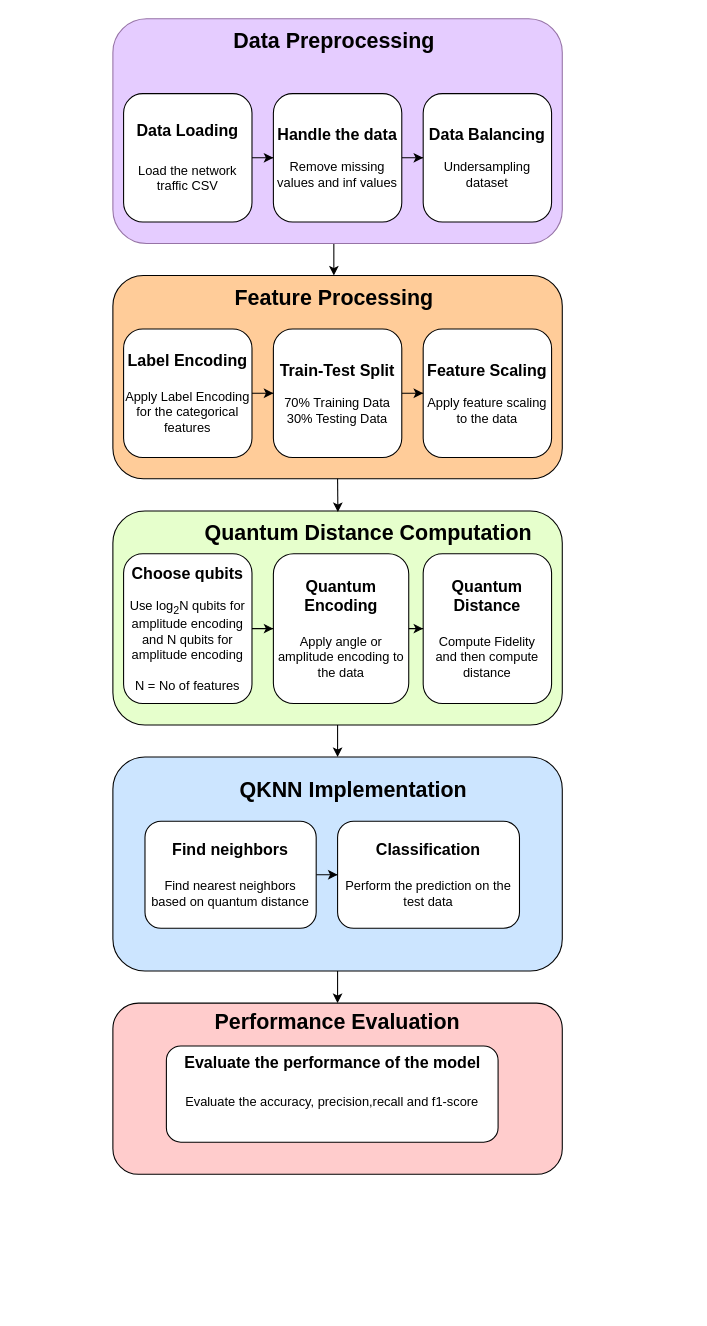
Above: QKNN.drawio in AkshayMMurthy/abc (draw.io), before the change. Source tidied: cells renumbered, new cells numbered last; positions are measured from the earlier drawing's top-left corner, leaving out a move shared by most shapes. Both pictures are drawn from the tidied source at 107%, with x=0, y=0 at pixel (18, 18).
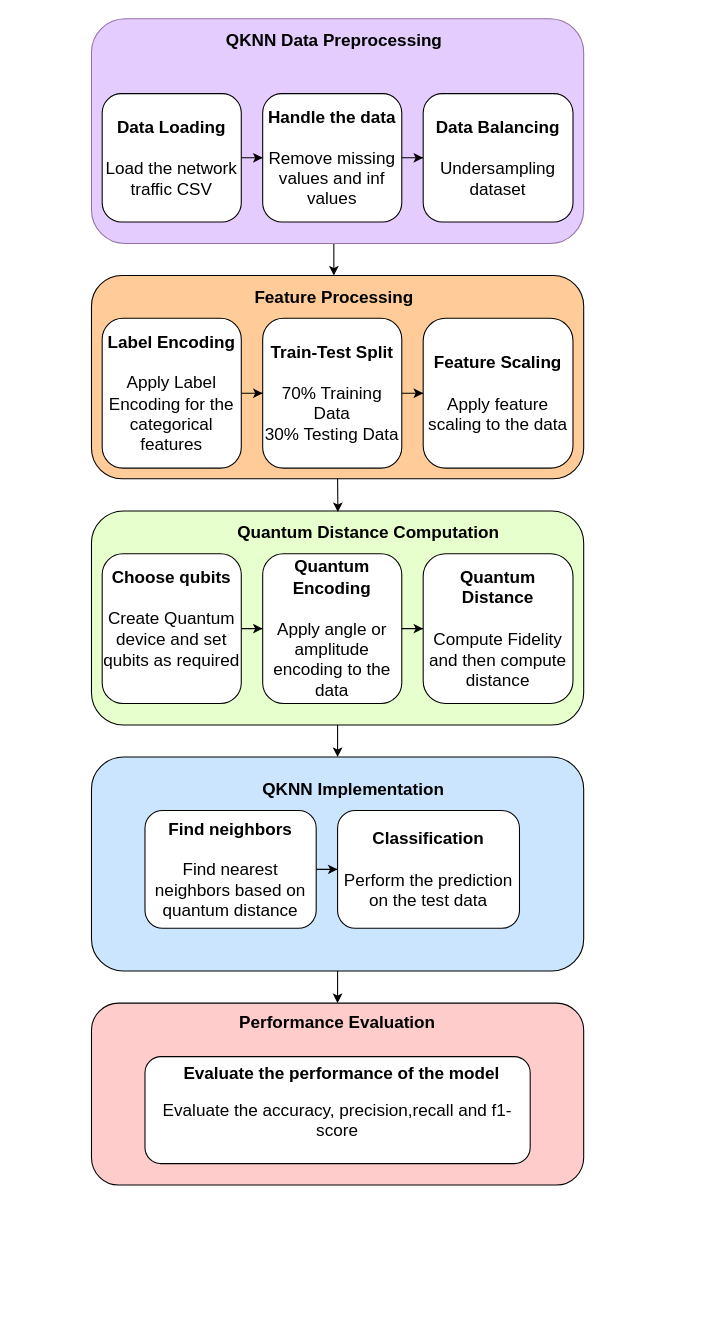
The same diagram, later.

The edit, as a diff of the source:
```diff
@@
-    <mxCell id="2" style="edgeStyle=orthogonalEdgeStyle;rounded=0;jettySize=auto;html=1;exitX=0.5;exitY=1;exitDx=0;exitDy=0;entryX=0.5;entryY=0;entryDx=0;entryDy=0;" parent="1" edge="1" source="3" target="28">
+    <mxCell id="2" style="edgeStyle=orthogonalEdgeStyle;rounded=0;jettySize=auto;html=1;exitX=0.5;exitY=1;exitDx=0;exitDy=0;entryX=0.5;entryY=0;entryDx=0;entryDy=0;fontSize=16;" parent="1" edge="1" source="3" target="28">
       <mxGeometry relative="1" as="geometry" />
     </mxCell>
-    <mxCell id="3" style="rounded=1;whiteSpace=wrap;html=1;fillColor=#E5CCFF;strokeColor=#9673a6;" parent="1" vertex="1">
-      <mxGeometry x="88" width="420" height="210" as="geometry" />
+    <mxCell id="3" style="rounded=1;whiteSpace=wrap;html=1;fillColor=#E5CCFF;strokeColor=#9673a6;fontSize=16;" parent="1" vertex="1">
+      <mxGeometry x="68" width="460" height="210" as="geometry" />
     </mxCell>
-    <mxCell id="4" style="edgeStyle=orthogonalEdgeStyle;rounded=0;jettySize=auto;html=1;" parent="1" edge="1" source="5" target="6">
-      <mxGeometry relative="1" as="geometry" />
+    <mxCell id="4" style="edgeStyle=orthogonalEdgeStyle;rounded=0;jettySize=auto;html=1;fontSize=16;" parent="1" edge="1" source="5">
+      <mxGeometry relative="1" as="geometry">
+        <mxPoint x="298" y="920" as="targetPoint" />
+      </mxGeometry>
     </mxCell>
-    <mxCell id="5" style="rounded=1;whiteSpace=wrap;html=1;fillColor=light-dark(#CCE5FF,#FFCCFF);" parent="1" vertex="1">
-      <mxGeometry x="88" y="690" width="420" height="200" as="geometry" />
+    <mxCell id="5" style="rounded=1;whiteSpace=wrap;html=1;fillColor=light-dark(#CCE5FF,#FFCCFF);fontSize=16;" parent="1" vertex="1">
+      <mxGeometry x="68" y="690" width="460" height="200" as="geometry" />
     </mxCell>
-    <mxCell id="6" value="&lt;div&gt;&lt;br&gt;&lt;/div&gt;&lt;div&gt;&lt;br&gt;&lt;/div&gt;&lt;div&gt;&lt;br&gt;&lt;/div&gt;&lt;div&gt;&lt;br&gt;&lt;/div&gt;&lt;div&gt;&lt;br&gt;&lt;/div&gt;&lt;div&gt;&lt;br&gt;&lt;/div&gt;&lt;div&gt;&lt;br&gt;&lt;/div&gt;&lt;div&gt;&lt;br&gt;&lt;/div&gt;&lt;div&gt;&lt;br&gt;&lt;/div&gt;&lt;div&gt;&lt;div&gt;&lt;font style=&quot;font-size: 20px;&quot;&gt;&lt;b&gt;Performance Evaluation&lt;/b&gt;&lt;/font&gt;&lt;/div&gt;&lt;div&gt;&lt;font style=&quot;font-size: 20px;&quot;&gt;&lt;b&gt;&lt;br&gt;&lt;/b&gt;&lt;/font&gt;&lt;/div&gt;&lt;div&gt;&lt;font style=&quot;font-size: 20px;&quot;&gt;&lt;b&gt;&lt;br&gt;&lt;/b&gt;&lt;/font&gt;&lt;/div&gt;&lt;div&gt;&lt;font style=&quot;font-size: 20px;&quot;&gt;&lt;b&gt;&lt;br&gt;&lt;/b&gt;&lt;/font&gt;&lt;/div&gt;&lt;div&gt;&lt;font style=&quot;font-size: 20px;&quot;&gt;&lt;b&gt;&lt;br&gt;&lt;/b&gt;&lt;/font&gt;&lt;/div&gt;&lt;div&gt;&lt;font style=&quot;font-size: 20px;&quot;&gt;&lt;b&gt;&lt;br&gt;&lt;/b&gt;&lt;/font&gt;&lt;/div&gt;&lt;div&gt;&lt;font style=&quot;font-size: 20px;&quot;&gt;&lt;b&gt;&lt;br&gt;&lt;/b&gt;&lt;/font&gt;&lt;/div&gt;&lt;div&gt;&lt;font style=&quot;font-size: 20px;&quot;&gt;&lt;b&gt;&lt;br&gt;&lt;/b&gt;&lt;/font&gt;&lt;/div&gt;&lt;div&gt;&lt;font style=&quot;font-size: 20px;&quot;&gt;&lt;b&gt;&lt;br&gt;&lt;/b&gt;&lt;/font&gt;&lt;/div&gt;&lt;div&gt;&lt;font style=&quot;font-size: 20px;&quot;&gt;&lt;b&gt;&lt;br&gt;&lt;/b&gt;&lt;/font&gt;&lt;/div&gt;&lt;div&gt;&lt;font style=&quot;font-size: 20px;&quot;&gt;&lt;b&gt;&lt;br&gt;&lt;/b&gt;&lt;/font&gt;&lt;/div&gt;&lt;div&gt;&lt;br&gt;&lt;/div&gt;&lt;/div&gt;" style="rounded=1;whiteSpace=wrap;html=1;fillColor=light-dark(#FFCCCC,#CCFFCC);" parent="1" vertex="1">
-      <mxGeometry x="88" y="920" width="420" height="160" as="geometry" />
-    </mxCell>
-    <mxCell id="7" value="&lt;font style=&quot;font-size: 20px;&quot;&gt;&lt;b&gt;Data Preprocessing&lt;/b&gt;&lt;/font&gt;" style="text;html=1;align=center;verticalAlign=middle;whiteSpace=wrap;rounded=0;" parent="1" vertex="1">
+    <mxCell id="7" value="&lt;font&gt;&lt;b&gt;QKNN Data Preprocessing&lt;/b&gt;&lt;/font&gt;" style="text;html=1;align=center;verticalAlign=middle;whiteSpace=wrap;rounded=0;fontSize=16;" parent="1" vertex="1">
       <mxGeometry x="-0.5" width="590" height="40" as="geometry" />
     </mxCell>
-    <mxCell id="8" style="edgeStyle=orthogonalEdgeStyle;rounded=0;jettySize=auto;html=1;" parent="1" edge="1" source="9" target="11">
+    <mxCell id="8" style="edgeStyle=orthogonalEdgeStyle;rounded=0;jettySize=auto;html=1;fontSize=16;" parent="1" edge="1" source="9" target="11">
       <mxGeometry relative="1" as="geometry" />
     </mxCell>
-    <mxCell id="9" value="&lt;font style=&quot;font-size: 15px;&quot;&gt;&lt;b style=&quot;&quot;&gt;Data Loading&lt;/b&gt;&lt;/font&gt;&lt;div&gt;&lt;span style=&quot;font-size: 18px;&quot;&gt;&lt;b&gt;&lt;br&gt;&lt;/b&gt;&lt;/span&gt;&lt;div&gt;Load the network traffic CSV&lt;/div&gt;&lt;/div&gt;" style="rounded=1;whiteSpace=wrap;html=1;" parent="1" vertex="1">
-      <mxGeometry x="98" y="70" width="120" height="120" as="geometry" />
+    <mxCell id="9" value="&lt;font&gt;&lt;b&gt;Data Loading&lt;/b&gt;&lt;/font&gt;&lt;div&gt;&lt;span&gt;&lt;b&gt;&lt;br&gt;&lt;/b&gt;&lt;/span&gt;&lt;div&gt;Load the network traffic CSV&lt;/div&gt;&lt;/div&gt;" style="rounded=1;whiteSpace=wrap;html=1;fontSize=16;" parent="1" vertex="1">
+      <mxGeometry x="78" y="70" width="130" height="120" as="geometry" />
     </mxCell>
-    <mxCell id="10" style="edgeStyle=orthogonalEdgeStyle;rounded=0;jettySize=auto;html=1;" parent="1" edge="1" source="11" target="12">
+    <mxCell id="10" style="edgeStyle=orthogonalEdgeStyle;rounded=0;jettySize=auto;html=1;fontSize=16;" parent="1" edge="1" source="11" target="12">
       <mxGeometry relative="1" as="geometry" />
     </mxCell>
-    <mxCell id="11" value="&lt;font style=&quot;font-size: 15px;&quot;&gt;&lt;b&gt;Handle the data&lt;/b&gt;&lt;/font&gt;&lt;div&gt;&lt;br&gt;&lt;/div&gt;&lt;div&gt;Remove missing values and inf values&lt;/div&gt;" style="rounded=1;whiteSpace=wrap;html=1;" parent="1" vertex="1">
-      <mxGeometry x="238" y="70" width="120" height="120" as="geometry" />
+    <mxCell id="11" value="&lt;font&gt;&lt;b&gt;Handle the data&lt;/b&gt;&lt;/font&gt;&lt;div&gt;&lt;br&gt;&lt;/div&gt;&lt;div&gt;Remove missing values and inf values&lt;/div&gt;" style="rounded=1;whiteSpace=wrap;html=1;fontSize=16;" parent="1" vertex="1">
+      <mxGeometry x="228" y="70" width="130" height="120" as="geometry" />
     </mxCell>
-    <mxCell id="12" value="&lt;font style=&quot;font-size: 15px;&quot;&gt;&lt;b&gt;Data Balancing&lt;/b&gt;&lt;/font&gt;&lt;div&gt;&lt;br&gt;&lt;/div&gt;&lt;div&gt;Undersampling dataset&lt;/div&gt;" style="rounded=1;whiteSpace=wrap;html=1;" parent="1" vertex="1">
-      <mxGeometry x="378" y="70" width="120" height="120" as="geometry" />
+    <mxCell id="12" value="&lt;font&gt;&lt;b&gt;Data Balancing&lt;/b&gt;&lt;/font&gt;&lt;div&gt;&lt;br&gt;&lt;/div&gt;&lt;div&gt;Undersampling dataset&lt;/div&gt;" style="rounded=1;whiteSpace=wrap;html=1;fontSize=16;" parent="1" vertex="1">
+      <mxGeometry x="378" y="70" width="140" height="120" as="geometry" />
     </mxCell>
-    <mxCell id="13" value="&lt;span style=&quot;font-size: 20px;&quot;&gt;&lt;b&gt;QKNN Implementation&lt;/b&gt;&lt;/span&gt;" style="text;html=1;align=center;verticalAlign=middle;whiteSpace=wrap;rounded=0;" parent="1" vertex="1">
+    <mxCell id="13" value="&lt;span&gt;&lt;b&gt;QKNN Implementation&lt;/b&gt;&lt;/span&gt;" style="text;html=1;align=center;verticalAlign=middle;whiteSpace=wrap;rounded=0;fontSize=16;" parent="1" vertex="1">
       <mxGeometry x="18" y="700" width="590" height="40" as="geometry" />
     </mxCell>
-    <mxCell id="14" style="edgeStyle=orthogonalEdgeStyle;rounded=0;jettySize=auto;html=1;exitX=1;exitY=0.5;exitDx=0;exitDy=0;" parent="1" edge="1" source="15" target="16">
+    <mxCell id="14" style="edgeStyle=orthogonalEdgeStyle;rounded=0;jettySize=auto;html=1;exitX=1;exitY=0.5;exitDx=0;exitDy=0;fontSize=16;" parent="1" edge="1" source="15" target="16">
       <mxGeometry relative="1" as="geometry" />
     </mxCell>
-    <mxCell id="15" value="&lt;div&gt;&lt;span style=&quot;font-size: 15px;&quot;&gt;&lt;b&gt;Find neighbors&lt;/b&gt;&lt;/span&gt;&lt;/div&gt;&lt;div&gt;&lt;span style=&quot;font-size: 15px;&quot;&gt;&lt;b&gt;&lt;br&gt;&lt;/b&gt;&lt;/span&gt;&lt;/div&gt;Find nearest neighbors based on quantum distance" style="rounded=1;whiteSpace=wrap;html=1;" parent="1" vertex="1">
-      <mxGeometry x="118" y="750" width="160" height="100" as="geometry" />
+    <mxCell id="15" value="&lt;div&gt;&lt;span&gt;&lt;b&gt;Find neighbors&lt;/b&gt;&lt;/span&gt;&lt;/div&gt;&lt;div&gt;&lt;span&gt;&lt;b&gt;&lt;br&gt;&lt;/b&gt;&lt;/span&gt;&lt;/div&gt;Find nearest neighbors based on quantum distance" style="rounded=1;whiteSpace=wrap;html=1;fontSize=16;" parent="1" vertex="1">
+      <mxGeometry x="118" y="740" width="160" height="110" as="geometry" />
     </mxCell>
-    <mxCell id="16" value="&lt;div&gt;&lt;span style=&quot;font-size: 15px;&quot;&gt;&lt;b&gt;Classification&lt;/b&gt;&lt;/span&gt;&lt;/div&gt;&lt;div&gt;&lt;span style=&quot;font-size: 15px;&quot;&gt;&lt;b&gt;&lt;br&gt;&lt;/b&gt;&lt;/span&gt;&lt;/div&gt;&lt;div&gt;Perform the prediction on the test data&lt;/div&gt;" style="rounded=1;whiteSpace=wrap;html=1;" parent="1" vertex="1">
-      <mxGeometry x="298" y="750" width="170" height="100" as="geometry" />
+    <mxCell id="16" value="&lt;div&gt;&lt;span&gt;&lt;b&gt;Classification&lt;/b&gt;&lt;/span&gt;&lt;/div&gt;&lt;div&gt;&lt;span&gt;&lt;b&gt;&lt;br&gt;&lt;/b&gt;&lt;/span&gt;&lt;/div&gt;&lt;div&gt;Perform the prediction on the test data&lt;/div&gt;" style="rounded=1;whiteSpace=wrap;html=1;fontSize=16;" parent="1" vertex="1">
+      <mxGeometry x="298" y="740" width="170" height="110" as="geometry" />
     </mxCell>
-    <mxCell id="17" value="&lt;div&gt;&lt;br&gt;&lt;/div&gt;Evaluate the accuracy, precision,recall and f1-score" style="rounded=1;whiteSpace=wrap;html=1;" parent="1" vertex="1">
-      <mxGeometry x="138" y="960" width="310" height="90" as="geometry" />
-    </mxCell>
-    <mxCell id="18" value="Evaluate the performance of the model" style="text;html=1;align=center;verticalAlign=middle;whiteSpace=wrap;rounded=0;fontSize=15;fontStyle=1;" parent="1" vertex="1">
-      <mxGeometry x="149.8" y="960" width="286.5" height="30" as="geometry" />
-    </mxCell>
-    <mxCell id="19" style="edgeStyle=orthogonalEdgeStyle;rounded=0;jettySize=auto;html=1;exitX=0.5;exitY=1;exitDx=0;exitDy=0;entryX=0.5;entryY=0;entryDx=0;entryDy=0;" parent="1" edge="1" source="20" target="5">
+    <mxCell id="19" style="edgeStyle=orthogonalEdgeStyle;rounded=0;jettySize=auto;html=1;exitX=0.5;exitY=1;exitDx=0;exitDy=0;entryX=0.5;entryY=0;entryDx=0;entryDy=0;fontSize=16;" parent="1" edge="1" source="20" target="5">
       <mxGeometry relative="1" as="geometry" />
     </mxCell>
-    <mxCell id="20" style="rounded=1;whiteSpace=wrap;html=1;fillColor=light-dark(#E6FFCC,#99FFFF);" parent="1" vertex="1">
-      <mxGeometry x="88" y="460" width="420" height="200" as="geometry" />
+    <mxCell id="20" style="rounded=1;whiteSpace=wrap;html=1;fillColor=light-dark(#E6FFCC,#99FFFF);fontSize=16;" parent="1" vertex="1">
+      <mxGeometry x="68" y="460" width="460" height="200" as="geometry" />
     </mxCell>
-    <mxCell id="21" value="&lt;font style=&quot;font-size: 20px;&quot;&gt;&lt;b&gt;Quantum Distance Computation&lt;/b&gt;&lt;/font&gt;" style="text;html=1;align=center;verticalAlign=middle;whiteSpace=wrap;rounded=0;" parent="1" vertex="1">
+    <mxCell id="21" value="&lt;font&gt;&lt;b&gt;Quantum Distance Computation&lt;/b&gt;&lt;/font&gt;" style="text;html=1;align=center;verticalAlign=middle;whiteSpace=wrap;rounded=0;fontSize=16;" parent="1" vertex="1">
       <mxGeometry x="28" y="460" width="598" height="40" as="geometry" />
     </mxCell>
-    <mxCell id="22" style="edgeStyle=orthogonalEdgeStyle;rounded=0;jettySize=auto;html=1;" parent="1" edge="1" source="23" target="26">
+    <mxCell id="22" style="edgeStyle=orthogonalEdgeStyle;rounded=0;jettySize=auto;html=1;fontSize=16;" parent="1" edge="1" source="23" target="26">
       <mxGeometry relative="1" as="geometry" />
     </mxCell>
-    <mxCell id="23" value="&lt;div&gt;&lt;span style=&quot;font-size: 15px;&quot;&gt;&lt;b&gt;Quantum Encoding&lt;/b&gt;&lt;/span&gt;&lt;/div&gt;&lt;div&gt;&lt;span style=&quot;font-size: 15px;&quot;&gt;&lt;b&gt;&lt;br&gt;&lt;/b&gt;&lt;/span&gt;&lt;/div&gt;&lt;div&gt;Apply angle or amplitude encoding to the data&lt;/div&gt;" style="rounded=1;whiteSpace=wrap;html=1;" parent="1" vertex="1">
-      <mxGeometry x="238" y="500" width="126.5" height="140" as="geometry" />
+    <mxCell id="23" value="&lt;div&gt;&lt;span&gt;&lt;b&gt;Quantum Encoding&lt;/b&gt;&lt;/span&gt;&lt;/div&gt;&lt;div&gt;&lt;span&gt;&lt;b&gt;&lt;br&gt;&lt;/b&gt;&lt;/span&gt;&lt;/div&gt;&lt;div&gt;Apply angle or amplitude encoding to the data&lt;/div&gt;" style="rounded=1;whiteSpace=wrap;html=1;fontSize=16;" parent="1" vertex="1">
+      <mxGeometry x="228" y="500" width="130" height="140" as="geometry" />
     </mxCell>
-    <mxCell id="24" style="edgeStyle=orthogonalEdgeStyle;rounded=0;jettySize=auto;html=1;" parent="1" edge="1" source="25" target="23">
+    <mxCell id="24" style="edgeStyle=orthogonalEdgeStyle;rounded=0;jettySize=auto;html=1;fontSize=16;" parent="1" edge="1" source="25" target="23">
       <mxGeometry relative="1" as="geometry" />
     </mxCell>
-    <mxCell id="25" value="&lt;span style=&quot;font-size: 15px;&quot;&gt;&lt;b&gt;Choose qubits&lt;/b&gt;&lt;/span&gt;&lt;br&gt;&lt;div&gt;&lt;br&gt;&lt;/div&gt;&lt;div&gt;Use log&lt;sub&gt;2&lt;/sub&gt;N qubits for amplitude encoding and N qubits for amplitude encoding&lt;/div&gt;&lt;div&gt;&lt;br&gt;&lt;/div&gt;&lt;div&gt;N = No of features&lt;/div&gt;" style="rounded=1;whiteSpace=wrap;html=1;" parent="1" vertex="1">
-      <mxGeometry x="98" y="500" width="120" height="140" as="geometry" />
+    <mxCell id="25" value="&lt;span&gt;&lt;b&gt;Choose qubits&lt;/b&gt;&lt;/span&gt;&lt;br&gt;&lt;div&gt;&lt;br&gt;&lt;/div&gt;&lt;div&gt;Create Quantum device and set qubits as required&lt;/div&gt;&lt;div&gt;&lt;br&gt;&lt;/div&gt;" style="rounded=1;whiteSpace=wrap;html=1;fontSize=16;" parent="1" vertex="1">
+      <mxGeometry x="78" y="500" width="130" height="140" as="geometry" />
     </mxCell>
-    <mxCell id="26" value="&lt;div&gt;&lt;span style=&quot;font-size: 15px;&quot;&gt;&lt;b&gt;Quantum Distance&lt;/b&gt;&lt;/span&gt;&lt;/div&gt;&lt;div&gt;&lt;span style=&quot;font-size: 15px;&quot;&gt;&lt;b&gt;&lt;br&gt;&lt;/b&gt;&lt;/span&gt;&lt;/div&gt;&lt;div&gt;Compute Fidelity&lt;/div&gt;&lt;div&gt;and then compute distance&lt;/div&gt;" style="rounded=1;whiteSpace=wrap;html=1;" parent="1" vertex="1">
-      <mxGeometry x="378" y="500" width="120" height="140" as="geometry" />
+    <mxCell id="26" value="&lt;div&gt;&lt;span&gt;&lt;b&gt;Quantum Distance&lt;/b&gt;&lt;/span&gt;&lt;/div&gt;&lt;div&gt;&lt;span&gt;&lt;b&gt;&lt;br&gt;&lt;/b&gt;&lt;/span&gt;&lt;/div&gt;&lt;div&gt;Compute Fidelity&lt;/div&gt;&lt;div&gt;and then compute distance&lt;/div&gt;" style="rounded=1;whiteSpace=wrap;html=1;fontSize=16;" parent="1" vertex="1">
+      <mxGeometry x="378" y="500" width="140" height="140" as="geometry" />
     </mxCell>
-    <mxCell id="27" style="rounded=1;whiteSpace=wrap;html=1;fillColor=light-dark(#FFCC99,#99FFFF);" parent="1" vertex="1">
-      <mxGeometry x="88" y="240" width="420" height="190" as="geometry" />
+    <mxCell id="27" style="rounded=1;whiteSpace=wrap;html=1;fillColor=light-dark(#FFCC99,#99FFFF);fontSize=16;" parent="1" vertex="1">
+      <mxGeometry x="68" y="240" width="460" height="190" as="geometry" />
     </mxCell>
-    <mxCell id="28" value="&lt;font style=&quot;font-size: 20px;&quot;&gt;&lt;b&gt;Feature Processing&lt;/b&gt;&lt;/font&gt;" style="text;html=1;align=center;verticalAlign=middle;whiteSpace=wrap;rounded=0;" parent="1" vertex="1">
+    <mxCell id="28" value="&lt;font&gt;&lt;b&gt;Feature Processing&lt;/b&gt;&lt;/font&gt;" style="text;html=1;align=center;verticalAlign=middle;whiteSpace=wrap;rounded=0;fontSize=16;" parent="1" vertex="1">
       <mxGeometry x="-0.5" y="240" width="590" height="40" as="geometry" />
     </mxCell>
-    <mxCell id="29" value="&lt;div&gt;&lt;b style=&quot;&quot;&gt;&lt;span style=&quot;font-size: 15px;&quot;&gt;Feature Scaling&lt;/span&gt;&lt;br&gt;&lt;/b&gt;&lt;div&gt;&lt;br&gt;&lt;/div&gt;&lt;div&gt;Apply feature scaling to the data&lt;/div&gt;&lt;/div&gt;" style="rounded=1;whiteSpace=wrap;html=1;" parent="1" vertex="1">
-      <mxGeometry x="378" y="290" width="120" height="120" as="geometry" />
+    <mxCell id="29" value="&lt;div&gt;&lt;b&gt;&lt;span&gt;Feature Scaling&lt;/span&gt;&lt;br&gt;&lt;/b&gt;&lt;div&gt;&lt;br&gt;&lt;/div&gt;&lt;div&gt;Apply feature scaling to the data&lt;/div&gt;&lt;/div&gt;" style="rounded=1;whiteSpace=wrap;html=1;fontSize=16;" parent="1" vertex="1">
+      <mxGeometry x="378" y="280" width="140" height="140" as="geometry" />
     </mxCell>
-    <mxCell id="30" style="edgeStyle=orthogonalEdgeStyle;rounded=0;jettySize=auto;html=1;" parent="1" edge="1" source="31" target="29">
+    <mxCell id="30" style="edgeStyle=orthogonalEdgeStyle;rounded=0;jettySize=auto;html=1;fontSize=16;" parent="1" edge="1" source="31" target="29">
       <mxGeometry relative="1" as="geometry" />
     </mxCell>
-    <mxCell id="31" value="&lt;div&gt;&lt;span style=&quot;font-size: 15px;&quot;&gt;&lt;b&gt;Train-Test Split&lt;/b&gt;&lt;/span&gt;&lt;/div&gt;&lt;div&gt;&lt;br&gt;&lt;/div&gt;&lt;div&gt;70% Training Data&lt;/div&gt;&lt;div&gt;30% Testing Data&lt;/div&gt;" style="rounded=1;whiteSpace=wrap;html=1;" parent="1" vertex="1">
-      <mxGeometry x="238" y="290" width="120" height="120" as="geometry" />
+    <mxCell id="31" value="&lt;div&gt;&lt;span&gt;&lt;b&gt;Train-Test Split&lt;/b&gt;&lt;/span&gt;&lt;/div&gt;&lt;div&gt;&lt;br&gt;&lt;/div&gt;&lt;div&gt;70% Training Data&lt;/div&gt;&lt;div&gt;30% Testing Data&lt;/div&gt;" style="rounded=1;whiteSpace=wrap;html=1;fontSize=16;" parent="1" vertex="1">
+      <mxGeometry x="228" y="280" width="130" height="140" as="geometry" />
     </mxCell>
-    <mxCell id="32" style="edgeStyle=orthogonalEdgeStyle;rounded=0;jettySize=auto;html=1;" parent="1" edge="1" source="33" target="31">
+    <mxCell id="32" style="edgeStyle=orthogonalEdgeStyle;rounded=0;jettySize=auto;html=1;fontSize=16;" parent="1" edge="1" source="33" target="31">
       <mxGeometry relative="1" as="geometry" />
     </mxCell>
-    <mxCell id="33" value="&lt;div&gt;&lt;span style=&quot;font-size: 15px;&quot;&gt;&lt;b&gt;Label Encoding&lt;/b&gt;&lt;/span&gt;&lt;/div&gt;&lt;div&gt;&lt;span style=&quot;font-size: 15px;&quot;&gt;&lt;b&gt;&lt;br&gt;&lt;/b&gt;&lt;/span&gt;&lt;/div&gt;&lt;div&gt;Apply Label Encoding for the categorical features&lt;/div&gt;" style="rounded=1;whiteSpace=wrap;html=1;" parent="1" vertex="1">
-      <mxGeometry x="98" y="290" width="120" height="120" as="geometry" />
+    <mxCell id="33" value="&lt;div&gt;&lt;span&gt;&lt;b&gt;Label Encoding&lt;/b&gt;&lt;/span&gt;&lt;/div&gt;&lt;div&gt;&lt;span&gt;&lt;b&gt;&lt;br&gt;&lt;/b&gt;&lt;/span&gt;&lt;/div&gt;&lt;div&gt;Apply Label Encoding for the categorical features&lt;/div&gt;" style="rounded=1;whiteSpace=wrap;html=1;fontSize=16;" parent="1" vertex="1">
+      <mxGeometry x="78" y="280" width="130" height="140" as="geometry" />
     </mxCell>
-    <mxCell id="34" style="rounded=1;whiteSpace=wrap;html=1;" parent="1" vertex="1">
+    <mxCell id="34" style="rounded=1;whiteSpace=wrap;html=1;fontSize=16;" parent="1" vertex="1">
       <mxGeometry x="268" y="230" width="20" as="geometry" />
     </mxCell>
-    <mxCell id="35" style="edgeStyle=orthogonalEdgeStyle;rounded=0;jettySize=auto;html=1;exitX=0.5;exitY=1;exitDx=0;exitDy=0;entryX=0.452;entryY=0.027;entryDx=0;entryDy=0;entryPerimeter=0;" parent="1" edge="1" source="27" target="21">
+    <mxCell id="35" style="edgeStyle=orthogonalEdgeStyle;rounded=0;jettySize=auto;html=1;exitX=0.5;exitY=1;exitDx=0;exitDy=0;entryX=0.452;entryY=0.027;entryDx=0;entryDy=0;entryPerimeter=0;fontSize=16;" parent="1" edge="1" source="27" target="21">
       <mxGeometry relative="1" as="geometry" />
     </mxCell>
+    <mxCell id="6" value="&lt;div&gt;&lt;br&gt;&lt;/div&gt;&lt;div&gt;&lt;br&gt;&lt;/div&gt;&lt;div&gt;&lt;br&gt;&lt;/div&gt;&lt;div&gt;&lt;b&gt;Performance Evaluation&lt;/b&gt;&lt;/div&gt;&lt;div&gt;&lt;div&gt;&lt;font&gt;&lt;b&gt;&lt;br&gt;&lt;/b&gt;&lt;/font&gt;&lt;/div&gt;&lt;div&gt;&lt;font&gt;&lt;b&gt;&lt;br&gt;&lt;/b&gt;&lt;/font&gt;&lt;/div&gt;&lt;div&gt;&lt;font&gt;&lt;b&gt;&lt;br&gt;&lt;/b&gt;&lt;/font&gt;&lt;/div&gt;&lt;div&gt;&lt;font&gt;&lt;b&gt;&lt;br&gt;&lt;/b&gt;&lt;/font&gt;&lt;/div&gt;&lt;div&gt;&lt;font&gt;&lt;b&gt;&lt;br&gt;&lt;/b&gt;&lt;/font&gt;&lt;/div&gt;&lt;div&gt;&lt;font&gt;&lt;b&gt;&lt;br&gt;&lt;/b&gt;&lt;/font&gt;&lt;/div&gt;&lt;div&gt;&lt;font&gt;&lt;b&gt;&lt;br&gt;&lt;/b&gt;&lt;/font&gt;&lt;/div&gt;&lt;div&gt;&lt;font&gt;&lt;b&gt;&lt;br&gt;&lt;/b&gt;&lt;/font&gt;&lt;/div&gt;&lt;div&gt;&lt;font&gt;&lt;b&gt;&lt;br&gt;&lt;/b&gt;&lt;/font&gt;&lt;/div&gt;&lt;div&gt;&lt;br&gt;&lt;/div&gt;&lt;/div&gt;" style="rounded=1;whiteSpace=wrap;html=1;fillColor=light-dark(#FFCCCC,#CCFFCC);fontSize=16;" parent="1" vertex="1">
+      <mxGeometry x="68" y="920" width="460" height="170" as="geometry" />
+    </mxCell>
+    <mxCell id="17" value="&lt;div&gt;&lt;br&gt;&lt;/div&gt;Evaluate the accuracy, precision,recall and f1-score" style="rounded=1;whiteSpace=wrap;html=1;fontSize=16;" parent="1" vertex="1">
+      <mxGeometry x="118" y="970" width="360" height="100" as="geometry" />
+    </mxCell>
+    <mxCell id="18" value="Evaluate the performance of the model" style="text;html=1;align=center;verticalAlign=middle;whiteSpace=wrap;rounded=0;fontSize=16;fontStyle=1;" parent="1" vertex="1">
+      <mxGeometry x="153" y="970" width="298.2" height="30" as="geometry" />
+    </mxCell>
```
